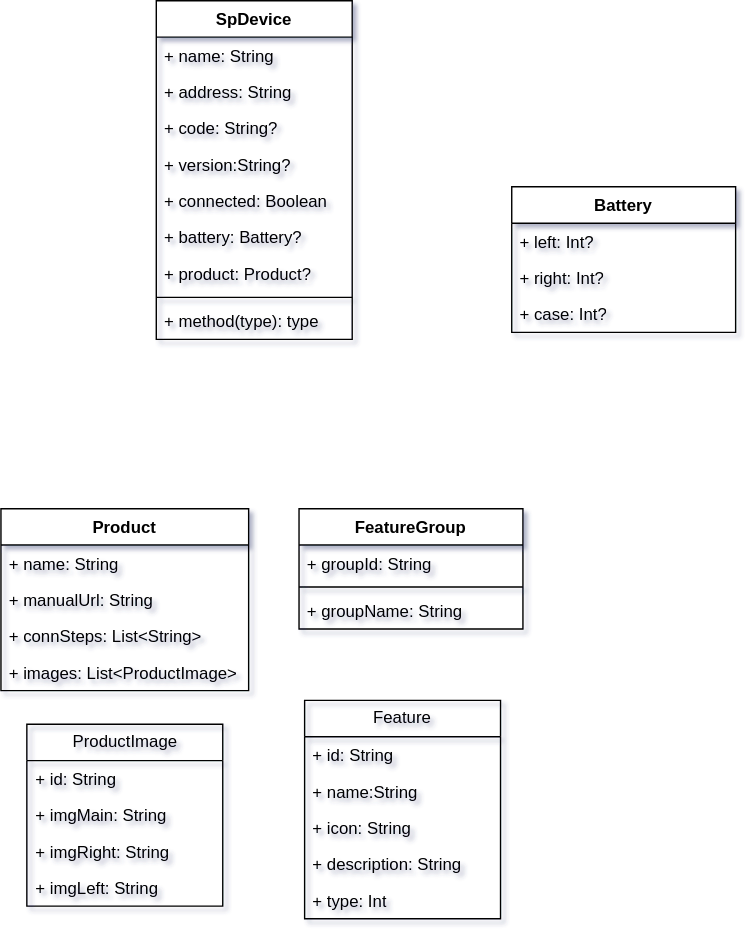
Above: 未命名绘图.drawio.svg in kekemao00/draw-libs (draw.io), before the change. Source tidied: cells renumbered, new cells last; positions are measured from the earlier drawing's top-left corner, leaving out a move shared by most shapes.
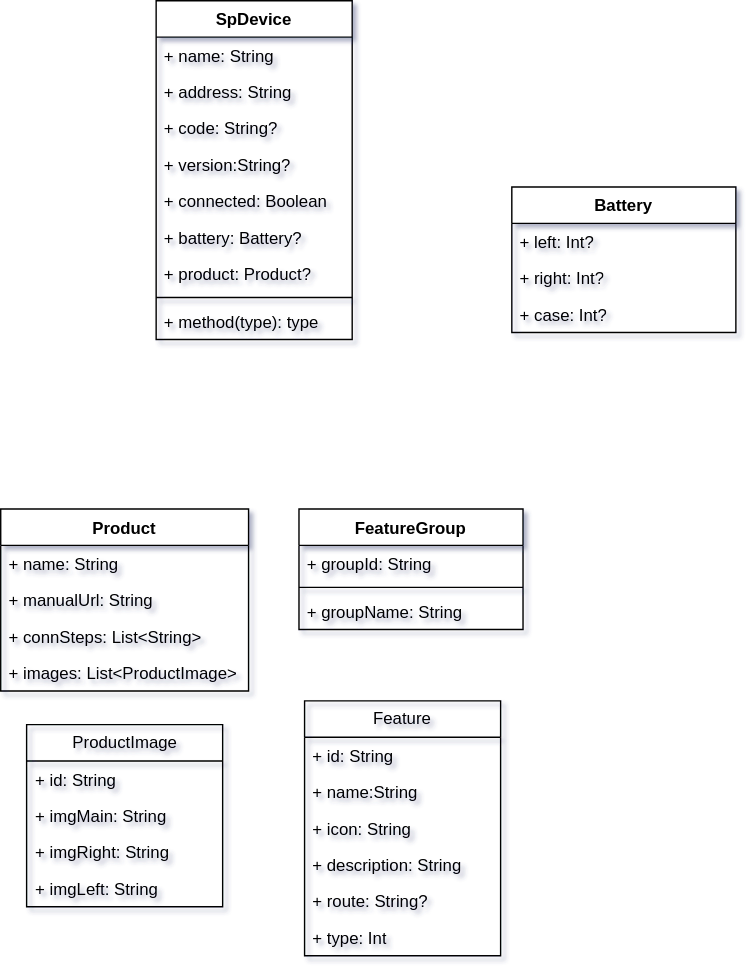
Later version of the same file.

Commit message:
更新未命名绘图.drawio.svg

The edit, as a diff of the source:
```diff
@@ -87,7 +87,7 @@
       <mxGeometry y="60" width="160" height="26" as="geometry" />
     </mxCell>
     <mxCell id="30" value="Feature" style="swimlane;fontStyle=0;horizontal=1;startSize=26;fillColor=none;whiteSpace=wrap;html=1;" parent="1" vertex="1">
-      <mxGeometry x="217" y="500" width="140" height="156" as="geometry" />
+      <mxGeometry x="217" y="500" width="140" height="182" as="geometry" />
     </mxCell>
     <mxCell id="31" value="+ id: String" style="text;strokeColor=none;fillColor=none;align=left;verticalAlign=top;spacingLeft=4;spacingRight=4;overflow=hidden;whiteSpace=wrap;html=1;" parent="30" vertex="1">
       <mxGeometry y="26" width="140" height="26" as="geometry" />
@@ -101,8 +101,11 @@
     <mxCell id="34" value="+ description: String" style="text;strokeColor=none;fillColor=none;align=left;verticalAlign=top;spacingLeft=4;spacingRight=4;overflow=hidden;whiteSpace=wrap;html=1;" parent="30" vertex="1">
       <mxGeometry y="104" width="140" height="26" as="geometry" />
     </mxCell>
+    <mxCell id="36" value="+ route: String?" style="text;strokeColor=none;fillColor=none;align=left;verticalAlign=top;spacingLeft=4;spacingRight=4;overflow=hidden;whiteSpace=wrap;html=1;" parent="30" vertex="1">
+      <mxGeometry y="130" width="140" height="26" as="geometry" />
+    </mxCell>
     <mxCell id="35" value="+ type: Int" style="text;strokeColor=none;fillColor=none;align=left;verticalAlign=top;spacingLeft=4;spacingRight=4;overflow=hidden;whiteSpace=wrap;html=1;" parent="30" vertex="1">
-      <mxGeometry y="130" width="140" height="26" as="geometry" />
+      <mxGeometry y="156" width="140" height="26" as="geometry" />
     </mxCell>
   </root>
 </mxGraphModel>
```
